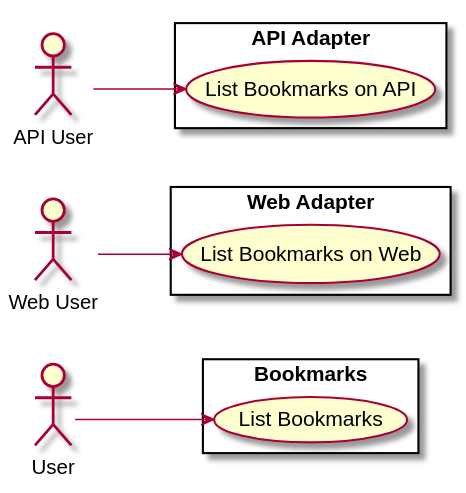
The PlantUML diagram design/iteration-1/usecase.svg in michelezamuner/jgroph-dev, before a commit.
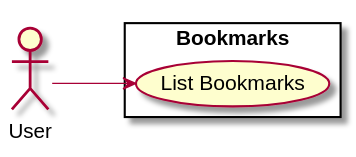
Later version of the same file.

Diff of the diagram source:
```diff
@@ -3,19 +3,9 @@
 left to right direction
 
 actor User
-actor "Web User" as Web
-actor "API User" as API
 
 rectangle Bookmarks {
     User --> (List Bookmarks)
 }
 
-rectangle "Web Adapter" {
-    Web --> (List Bookmarks on Web)
-}
-
-rectangle "API Adapter" {
-    API --> (List Bookmarks on API)
-}
-
 @enduml
```
